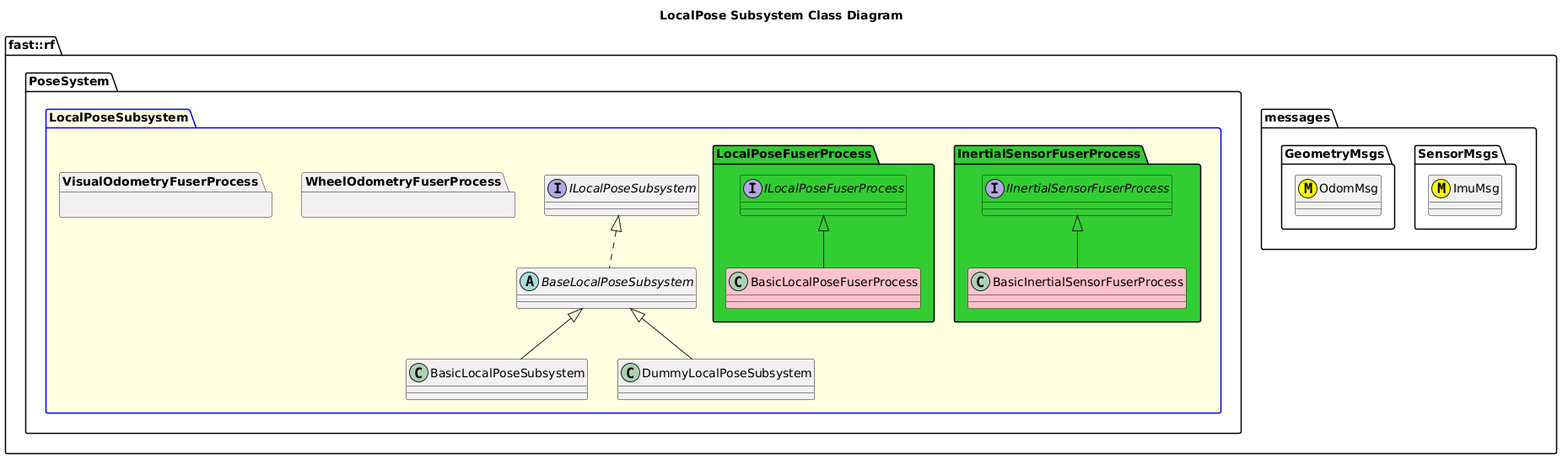
The PlantUML diagram Systems/Pose/Subsystems/LocalPose/doc/puml/LocalPoseSubsystemClassDiagram.png in fastrobotics/robot_framework, before a commit.
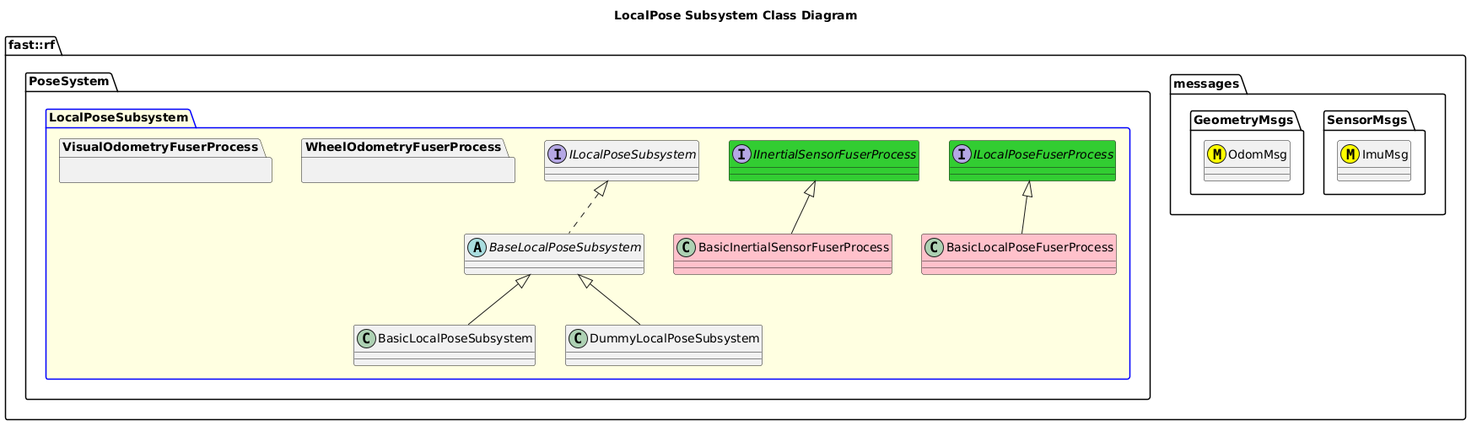
After the change.

Commit message:
Working on Local Pose Fuser.

The edit, as a diff of the source:
```diff
@@ -24,23 +24,21 @@
       class DummyLocalPoseSubsystem {
       }
       DummyLocalPoseSubsystem -up-|> BaseLocalPoseSubsystem
-      namespace InertialSensorFuserProcess #LimeGreen {
-        interface IInertialSensorFuserProcess #LimeGreen {}
-        class BasicInertialSensorFuserProcess #Pink {}
-        BasicInertialSensorFuserProcess -up-|> IInertialSensorFuserProcess
+      interface IInertialSensorFuserProcess #LimeGreen {}
+      class BasicInertialSensorFuserProcess #Pink {}
+      BasicInertialSensorFuserProcess -up-|> IInertialSensorFuserProcess
 
-      }
+
       namespace WheelOdometryFuserProcess {
 
       }
       namespace VisualOdometryFuserProcess {
 
       }
-      namespace LocalPoseFuserProcess #LimeGreen {
-        interface ILocalPoseFuserProcess #LimeGreen {}
-        class BasicLocalPoseFuserProcess #Pink {}
-        BasicLocalPoseFuserProcess -up-|> ILocalPoseFuserProcess
-      }
+      interface ILocalPoseFuserProcess #LimeGreen {}
+      class BasicLocalPoseFuserProcess #Pink {}
+      BasicLocalPoseFuserProcess -up-|> ILocalPoseFuserProcess
+
 
     }
   }
```
